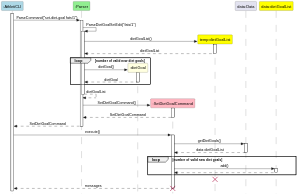
This is docs/images/setDietGoalUmlSequenceDiagram.svg from AY2324S1-CS2113-T17-1/tp, a PlantUML export, as it was before one commit.
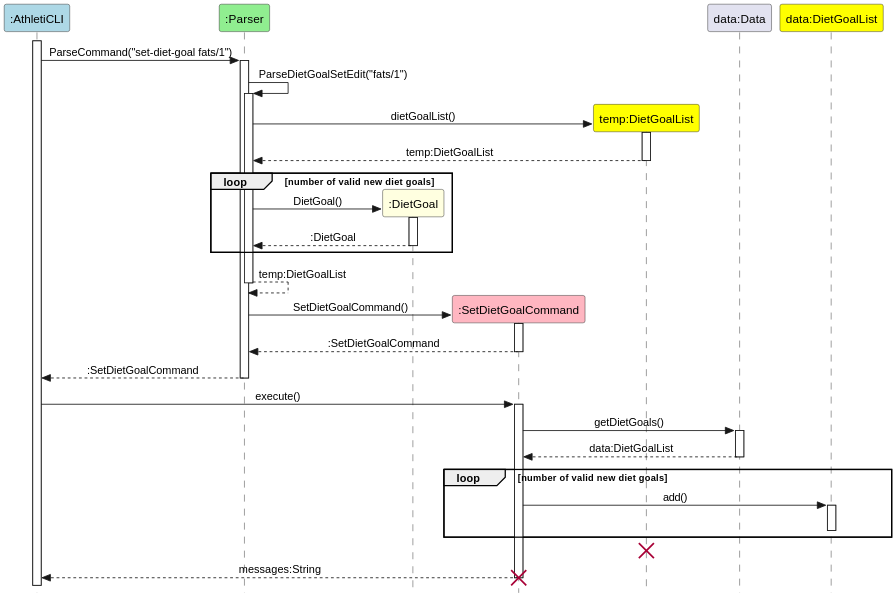
The same file after the commit.

Commit message:
Edit errors on UML diagram pointed out by TA and minor edits

The edit, as a diff of the source:
```diff
@@ -3,11 +3,11 @@
 skinparam SequenceMessageAlignment center
 participant ":AthletiCLI" as AthletiCLI #lightblue
 participant ":Parser" as Parser #lightgreen
-participant ":dietGoal" as dietGoal #lightyellow
+participant ":DietGoal" as dietGoal #lightyellow
 participant ":SetDietGoalCommand" as SetDietGoalCommand #lightpink
-participant "temp:dietGoalList" as tempDietGoalList #yellow
+participant "temp:DietGoalList" as tempDietGoalList #yellow
 participant "data:Data" as dataData
-participant "data:dietGoalList" as dataDietGoalList #yellow
+participant "data:DietGoalList" as dataDietGoalList #yellow
 
 
 AthletiCLI++
@@ -15,30 +15,33 @@
 Parser -> Parser++ : ParseDietGoalSetEdit("fats/1")
 create tempDietGoalList
 Parser -> tempDietGoalList++ : dietGoalList()
-tempDietGoalList --> Parser-- : dietGoalList
+tempDietGoalList --> Parser-- : temp:DietGoalList
 
     loop number of valid new diet goals
     create dietGoal
-    Parser -> dietGoal++ : dietGoal()
-    dietGoal --> Parser-- : dietGoal
+    Parser -> dietGoal++ : DietGoal()
+    dietGoal --> Parser-- : :DietGoal
     end
 
-Parser --> Parser-- : dietGoalList
+Parser --> Parser-- : temp:DietGoalList
 create SetDietGoalCommand
 Parser -> SetDietGoalCommand++ : SetDietGoalCommand()
-SetDietGoalCommand --> Parser-- : SetDietGoalCommand
-Parser --> AthletiCLI-- : SetDietGoalCommand
+SetDietGoalCommand --> Parser-- : :SetDietGoalCommand
+Parser --> AthletiCLI-- : :SetDietGoalCommand
 AthletiCLI -> SetDietGoalCommand++ : execute()
 SetDietGoalCommand -> dataData++ : getDietGoals()
-dataData --> SetDietGoalCommand-- : data:dietGoalList
+dataData --> SetDietGoalCommand-- : data:DietGoalList
 
     loop number of valid new diet goals
     SetDietGoalCommand -> dataDietGoalList++ : add()
-    dataDietGoalList --> SetDietGoalCommand--
+
+   dataDietGoalList --
+
+
     end
 
 destroy tempDietGoalList
-SetDietGoalCommand --> AthletiCLI-- : messages
+SetDietGoalCommand --> AthletiCLI-- : messages:String
 
 destroy SetDietGoalCommand
 @enduml
```
